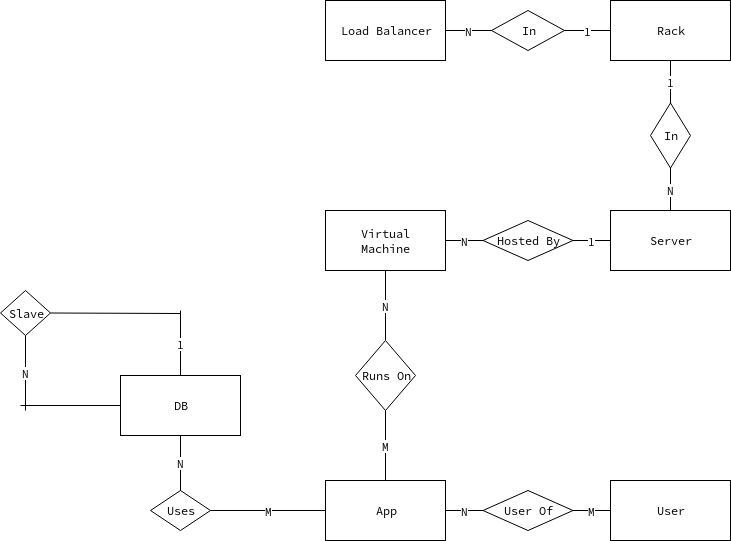
This is data_center.png from renatovassao/data-center, a draw.io export, as it was before one commit. Source tidied: cells renumbered, new cells last; positions are measured from the earlier drawing's top-left corner, leaving out a move shared by most shapes. Source of this version:
```xml
<mxGraphModel>
  <root>
    <mxCell id="0" />
    <mxCell id="1" parent="0" />
    <mxCell id="2" value="&lt;div&gt;Rack&lt;/div&gt;" style="rounded=0;whiteSpace=wrap;html=1;" parent="1" vertex="1">
      <mxGeometry x="610" width="120" height="60" as="geometry" />
    </mxCell>
    <mxCell id="3" value="Load Balancer" style="rounded=0;whiteSpace=wrap;html=1;" parent="1" vertex="1">
      <mxGeometry x="325" width="120" height="60" as="geometry" />
    </mxCell>
    <mxCell id="4" value="&lt;div&gt;In&lt;/div&gt;" style="rhombus;whiteSpace=wrap;html=1;" parent="1" vertex="1">
      <mxGeometry x="491" y="10" width="73" height="40" as="geometry" />
    </mxCell>
    <mxCell id="5" value="&lt;div&gt;N&lt;/div&gt;" style="endArrow=none;html=1;entryX=0;entryY=0.5;entryDx=0;entryDy=0;exitX=1;exitY=0.5;exitDx=0;exitDy=0;" parent="1" edge="1" source="3" target="4">
      <mxGeometry relative="1" as="geometry" />
    </mxCell>
    <mxCell id="6" value="1" style="endArrow=none;html=1;entryX=0;entryY=0.5;entryDx=0;entryDy=0;exitX=1;exitY=0.5;exitDx=0;exitDy=0;" parent="1" edge="1" source="4" target="2">
      <mxGeometry relative="1" as="geometry" />
    </mxCell>
    <mxCell id="7" value="Server" style="rounded=0;whiteSpace=wrap;html=1;" parent="1" vertex="1">
      <mxGeometry x="610" y="210" width="120" height="60" as="geometry" />
    </mxCell>
    <mxCell id="8" value="In" style="rhombus;whiteSpace=wrap;html=1;" parent="1" vertex="1">
      <mxGeometry x="650" y="102.5" width="40" height="65" as="geometry" />
    </mxCell>
    <mxCell id="9" value="1" style="endArrow=none;html=1;entryX=0.5;entryY=1;entryDx=0;entryDy=0;exitX=0.5;exitY=0;exitDx=0;exitDy=0;" parent="1" edge="1" source="8" target="2">
      <mxGeometry relative="1" as="geometry" />
    </mxCell>
    <mxCell id="10" value="N" style="endArrow=none;html=1;entryX=0.5;entryY=1;entryDx=0;entryDy=0;exitX=0.5;exitY=0;exitDx=0;exitDy=0;" parent="1" edge="1" source="7" target="8">
      <mxGeometry relative="1" as="geometry" />
    </mxCell>
    <mxCell id="11" value="&lt;div&gt;Virtual&lt;/div&gt;&lt;div&gt;Machine&lt;br&gt;&lt;/div&gt;" style="rounded=0;whiteSpace=wrap;html=1;" parent="1" vertex="1">
      <mxGeometry x="325" y="210" width="120" height="60" as="geometry" />
    </mxCell>
    <mxCell id="12" value="Hosted By" style="rhombus;whiteSpace=wrap;html=1;" parent="1" vertex="1">
      <mxGeometry x="482.5" y="220" width="90" height="40" as="geometry" />
    </mxCell>
    <mxCell id="13" value="1" style="endArrow=none;html=1;entryX=0;entryY=0.5;entryDx=0;entryDy=0;exitX=1;exitY=0.5;exitDx=0;exitDy=0;" parent="1" edge="1" source="12" target="7">
      <mxGeometry relative="1" as="geometry" />
    </mxCell>
    <mxCell id="14" value="N" style="endArrow=none;html=1;entryX=0;entryY=0.5;entryDx=0;entryDy=0;exitX=1;exitY=0.5;exitDx=0;exitDy=0;" parent="1" edge="1" source="11" target="12">
      <mxGeometry relative="1" as="geometry" />
    </mxCell>
    <mxCell id="15" value="App" style="rounded=0;whiteSpace=wrap;html=1;" parent="1" vertex="1">
      <mxGeometry x="325" y="480" width="120" height="60" as="geometry" />
    </mxCell>
    <mxCell id="16" value="Runs On" style="rhombus;whiteSpace=wrap;html=1;" parent="1" vertex="1">
      <mxGeometry x="355" y="340" width="60" height="70" as="geometry" />
    </mxCell>
    <mxCell id="17" value="M" style="endArrow=none;html=1;entryX=0.5;entryY=0;entryDx=0;entryDy=0;exitX=0.5;exitY=1;exitDx=0;exitDy=0;" parent="1" edge="1" source="16" target="15">
      <mxGeometry relative="1" as="geometry" />
    </mxCell>
    <mxCell id="18" value="N" style="endArrow=none;html=1;entryX=0.5;entryY=1;entryDx=0;entryDy=0;exitX=0.5;exitY=0;exitDx=0;exitDy=0;" parent="1" edge="1" source="16" target="11">
      <mxGeometry relative="1" as="geometry" />
    </mxCell>
    <mxCell id="19" value="&lt;div&gt;User&lt;/div&gt;" style="rounded=0;whiteSpace=wrap;html=1;" parent="1" vertex="1">
      <mxGeometry x="610" y="480" width="120" height="60" as="geometry" />
    </mxCell>
    <mxCell id="20" value="User Of" style="rhombus;whiteSpace=wrap;html=1;" parent="1" vertex="1">
      <mxGeometry x="482.5" y="490" width="90" height="40" as="geometry" />
    </mxCell>
    <mxCell id="21" value="N" style="endArrow=none;html=1;entryX=0;entryY=0.5;entryDx=0;entryDy=0;exitX=1;exitY=0.5;exitDx=0;exitDy=0;" parent="1" edge="1" source="15" target="20">
      <mxGeometry relative="1" as="geometry" />
    </mxCell>
    <mxCell id="22" value="M" style="endArrow=none;html=1;entryX=0;entryY=0.5;entryDx=0;entryDy=0;exitX=1;exitY=0.5;exitDx=0;exitDy=0;" parent="1" edge="1" source="20" target="19">
      <mxGeometry relative="1" as="geometry" />
    </mxCell>
    <mxCell id="23" value="DB" style="rounded=0;whiteSpace=wrap;html=1;" parent="1" vertex="1">
      <mxGeometry x="120" y="375" width="120" height="60" as="geometry" />
    </mxCell>
    <mxCell id="24" value="Uses" style="rhombus;whiteSpace=wrap;html=1;" parent="1" vertex="1">
      <mxGeometry x="150" y="490" width="60" height="40" as="geometry" />
    </mxCell>
    <mxCell id="25" value="M" style="endArrow=none;html=1;entryX=0;entryY=0.5;entryDx=0;entryDy=0;exitX=1;exitY=0.5;exitDx=0;exitDy=0;" parent="1" edge="1" source="24" target="15">
      <mxGeometry relative="1" as="geometry" />
    </mxCell>
    <mxCell id="26" value="N" style="endArrow=none;html=1;entryX=0.5;entryY=1;entryDx=0;entryDy=0;exitX=0.5;exitY=0;exitDx=0;exitDy=0;" parent="1" edge="1" source="24" target="23">
      <mxGeometry relative="1" as="geometry" />
    </mxCell>
    <mxCell id="27" value="Slave" style="rhombus;whiteSpace=wrap;html=1;" parent="1" vertex="1">
      <mxGeometry y="290" width="50" height="45" as="geometry" />
    </mxCell>
    <mxCell id="28" value="1" style="endArrow=none;html=1;entryX=0.5;entryY=0;entryDx=0;entryDy=0;" parent="1" edge="1" target="23">
      <mxGeometry relative="1" as="geometry">
        <mxPoint x="180" y="310" as="sourcePoint" />
      </mxGeometry>
    </mxCell>
    <mxCell id="29" value="&lt;div&gt;&lt;br&gt;&lt;/div&gt;" style="endArrow=none;html=1;entryX=1;entryY=0.5;entryDx=0;entryDy=0;" parent="1" edge="1" target="27">
      <mxGeometry relative="1" as="geometry">
        <mxPoint x="180" y="313" as="sourcePoint" />
      </mxGeometry>
    </mxCell>
    <mxCell id="30" value="N" style="endArrow=none;html=1;entryX=0.5;entryY=1;entryDx=0;entryDy=0;" parent="1" edge="1" target="27">
      <mxGeometry relative="1" as="geometry">
        <mxPoint x="25" y="410" as="sourcePoint" />
      </mxGeometry>
    </mxCell>
    <mxCell id="31" style="endArrow=none;html=1;entryX=0;entryY=0.5;entryDx=0;entryDy=0;" parent="1" edge="1" target="23">
      <mxGeometry relative="1" as="geometry">
        <mxPoint x="20" y="405" as="sourcePoint" />
      </mxGeometry>
    </mxCell>
  </root>
</mxGraphModel>
```
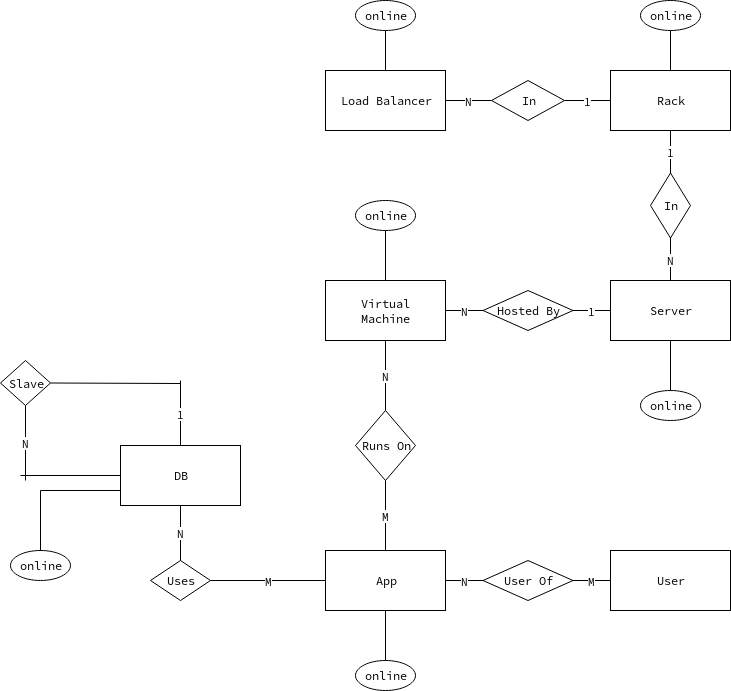
The same diagram one commit later.

Commit message:
add properties do diagram and correct division

What changed in the source:
```diff
@@ -100,5 +100,48 @@
         <mxPoint x="20" y="405" as="sourcePoint" />
       </mxGeometry>
     </mxCell>
+    <mxCell id="32" value="online" style="ellipse;whiteSpace=wrap;html=1;" parent="1" vertex="1">
+      <mxGeometry x="640" y="320" width="60" height="30" as="geometry" />
+    </mxCell>
+    <mxCell id="33" value="online" style="ellipse;whiteSpace=wrap;html=1;" parent="1" vertex="1">
+      <mxGeometry x="355" y="590" width="60" height="30" as="geometry" />
+    </mxCell>
+    <mxCell id="34" value="online" style="ellipse;whiteSpace=wrap;html=1;" parent="1" vertex="1">
+      <mxGeometry x="355" y="130" width="60" height="30" as="geometry" />
+    </mxCell>
+    <mxCell id="35" value="online" style="ellipse;whiteSpace=wrap;html=1;" parent="1" vertex="1">
+      <mxGeometry x="10" y="480" width="60" height="30" as="geometry" />
+    </mxCell>
+    <mxCell id="36" value="online" style="ellipse;whiteSpace=wrap;html=1;" parent="1" vertex="1">
+      <mxGeometry x="355" y="-70" width="60" height="30" as="geometry" />
+    </mxCell>
+    <mxCell id="37" value="online" style="ellipse;whiteSpace=wrap;html=1;" parent="1" vertex="1">
+      <mxGeometry x="640" y="-70" width="60" height="30" as="geometry" />
+    </mxCell>
+    <mxCell id="38" style="endArrow=none;html=1;entryX=0.5;entryY=1;entryDx=0;entryDy=0;exitX=0.5;exitY=0;exitDx=0;exitDy=0;" parent="1" edge="1" source="33" target="15">
+      <mxGeometry relative="1" as="geometry" />
+    </mxCell>
+    <mxCell id="39" style="endArrow=none;html=1;entryX=0;entryY=0.75;entryDx=0;entryDy=0;" parent="1" edge="1" target="23">
+      <mxGeometry relative="1" as="geometry">
+        <mxPoint x="40" y="420" as="sourcePoint" />
+      </mxGeometry>
+    </mxCell>
+    <mxCell id="40" style="endArrow=none;html=1;entryX=0.5;entryY=0;entryDx=0;entryDy=0;" parent="1" edge="1" target="35">
+      <mxGeometry relative="1" as="geometry">
+        <mxPoint x="40" y="420" as="sourcePoint" />
+      </mxGeometry>
+    </mxCell>
+    <mxCell id="41" style="endArrow=none;html=1;entryX=0.5;entryY=1;entryDx=0;entryDy=0;exitX=0.5;exitY=0;exitDx=0;exitDy=0;" parent="1" edge="1" source="32" target="7">
+      <mxGeometry relative="1" as="geometry" />
+    </mxCell>
+    <mxCell id="42" style="endArrow=none;html=1;entryX=0.5;entryY=1;entryDx=0;entryDy=0;exitX=0.5;exitY=0;exitDx=0;exitDy=0;" parent="1" edge="1" source="11" target="34">
+      <mxGeometry relative="1" as="geometry" />
+    </mxCell>
+    <mxCell id="43" style="endArrow=none;html=1;entryX=0.5;entryY=1;entryDx=0;entryDy=0;exitX=0.5;exitY=0;exitDx=0;exitDy=0;" parent="1" edge="1" source="2" target="37">
+      <mxGeometry relative="1" as="geometry" />
+    </mxCell>
+    <mxCell id="44" style="endArrow=none;html=1;entryX=0.5;entryY=1;entryDx=0;entryDy=0;exitX=0.5;exitY=0;exitDx=0;exitDy=0;" parent="1" edge="1" source="3" target="36">
+      <mxGeometry relative="1" as="geometry" />
+    </mxCell>
   </root>
 </mxGraphModel>
```
